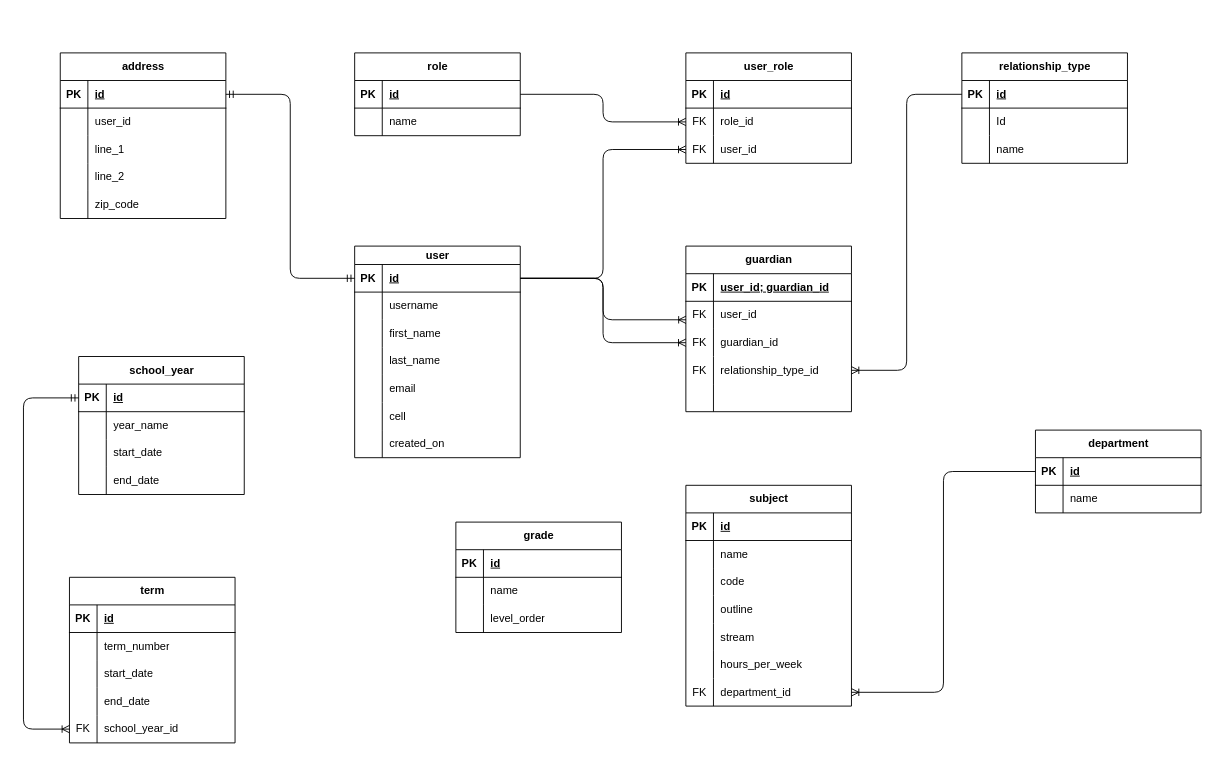
Earlier version of the draw.io diagram database/khanyisa-hub.drawio (lindongubane/khanyisa-hub). Source tidied: cells renumbered, new cells numbered last; positions are measured from the earlier drawing's top-left corner, leaving out a move shared by most shapes. Both pictures are drawn from the tidied source at 92%, with x=0, y=0 at pixel (23, 52).
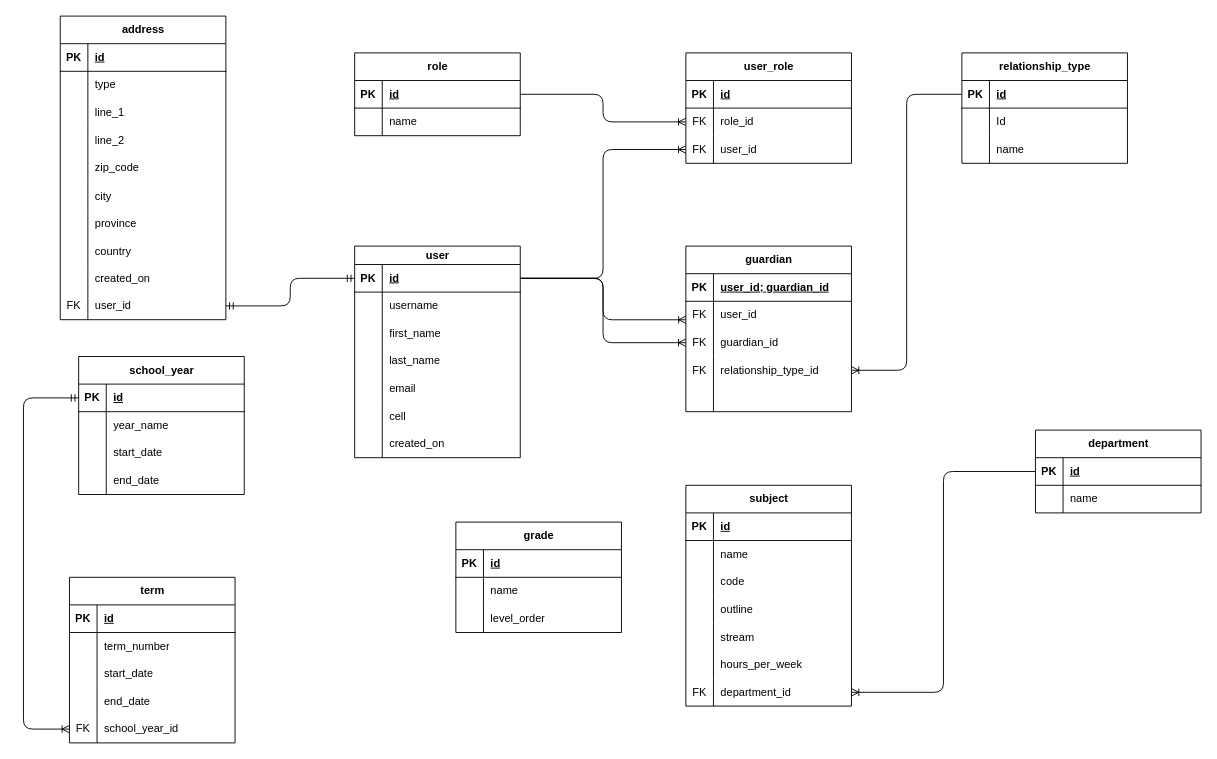
The same diagram, later.

The change refers to these unchanged cells:
```xml
<mxCell id="3" style="shape=tableRow;horizontal=0;startSize=0;swimlaneHead=0;swimlaneBody=0;fillColor=none;points=[[0,0.5],[1,0.5]];portConstraint=eastwest;top=0;left=0;right=0;bottom=1;" parent="2" vertex="1">
  <mxGeometry y="20" width="180" height="30" as="geometry" />
</mxCell>
<mxCell id="42" style="shape=tableRow;horizontal=0;startSize=0;swimlaneHead=0;swimlaneBody=0;fillColor=none;points=[[0,0.5],[1,0.5]];portConstraint=eastwest;top=0;left=0;right=0;bottom=1;" parent="41" vertex="1">
  <mxGeometry y="30" width="180" height="30" as="geometry" />
</mxCell>
<mxCell id="45" style="shape=tableRow;horizontal=0;startSize=0;swimlaneHead=0;swimlaneBody=0;fillColor=none;top=0;left=0;right=0;bottom=0;" parent="41" vertex="1">
  <mxGeometry y="60" width="180" height="30" as="geometry" />
</mxCell>
```

The edit, as a diff of the source:
```diff
@@
     <mxCell id="41" value="address" style="shape=table;startSize=30;childLayout=tableLayout;rowLines=0;fontStyle=1;align=center;html=1;" parent="1" vertex="1">
-      <mxGeometry x="40" width="180" height="180" as="geometry" />
+      <mxGeometry x="40" y="-40" width="180" height="330" as="geometry" />
     </mxCell>
@@
-    <mxCell id="47" value="user_id" style="shape=partialRectangle;fillColor=none;top=0;left=0;bottom=0;right=0;align=left;spacingLeft=6;overflow=hidden;whiteSpace=wrap;html=1;" parent="45" vertex="1">
+    <mxCell id="47" value="type" style="shape=partialRectangle;fillColor=none;top=0;left=0;bottom=0;right=0;align=left;spacingLeft=6;overflow=hidden;whiteSpace=wrap;html=1;" parent="45" vertex="1">
       <mxGeometry x="30" width="150" height="30" as="geometry" />
     </mxCell>
@@
+    <mxCell id="160" style="shape=tableRow;horizontal=0;startSize=0;swimlaneHead=0;swimlaneBody=0;fillColor=none;top=0;left=0;right=0;bottom=0;" parent="41" vertex="1">
+      <mxGeometry y="180" width="180" height="30" as="geometry" />
+    </mxCell>
+    <mxCell id="161" style="shape=partialRectangle;fillColor=none;top=0;left=0;bottom=0;right=0;overflow=hidden;" parent="160" vertex="1">
+      <mxGeometry width="30" height="30" as="geometry" />
+    </mxCell>
+    <mxCell id="162" value="city" style="shape=partialRectangle;fillColor=none;top=0;left=0;bottom=0;right=0;align=left;spacingLeft=6;overflow=hidden;" parent="160" vertex="1">
+      <mxGeometry x="30" width="150" height="30" as="geometry" />
+    </mxCell>
+    <mxCell id="163" style="shape=tableRow;horizontal=0;startSize=0;swimlaneHead=0;swimlaneBody=0;fillColor=none;top=0;left=0;right=0;bottom=0;" parent="41" vertex="1">
+      <mxGeometry y="210" width="180" height="30" as="geometry" />
+    </mxCell>
+    <mxCell id="164" style="shape=partialRectangle;fillColor=none;top=0;left=0;bottom=0;right=0;overflow=hidden;" parent="163" vertex="1">
+      <mxGeometry width="30" height="30" as="geometry" />
+    </mxCell>
+    <mxCell id="165" value="province" style="shape=partialRectangle;fillColor=none;top=0;left=0;bottom=0;right=0;align=left;spacingLeft=6;overflow=hidden;" parent="163" vertex="1">
+      <mxGeometry x="30" width="150" height="30" as="geometry" />
+    </mxCell>
+    <mxCell id="166" style="shape=tableRow;horizontal=0;startSize=0;swimlaneHead=0;swimlaneBody=0;fillColor=none;top=0;left=0;right=0;bottom=0;" parent="41" vertex="1">
+      <mxGeometry y="240" width="180" height="30" as="geometry" />
+    </mxCell>
+    <mxCell id="167" style="shape=partialRectangle;fillColor=none;top=0;left=0;bottom=0;right=0;overflow=hidden;" parent="166" vertex="1">
+      <mxGeometry width="30" height="30" as="geometry" />
+    </mxCell>
+    <mxCell id="168" value="country" style="shape=partialRectangle;fillColor=none;top=0;left=0;bottom=0;right=0;align=left;spacingLeft=6;overflow=hidden;" parent="166" vertex="1">
+      <mxGeometry x="30" width="150" height="30" as="geometry" />
+    </mxCell>
+    <mxCell id="169" style="shape=tableRow;horizontal=0;startSize=0;swimlaneHead=0;swimlaneBody=0;fillColor=none;top=0;left=0;right=0;bottom=0;" parent="41" vertex="1">
+      <mxGeometry y="270" width="180" height="30" as="geometry" />
+    </mxCell>
+    <mxCell id="170" style="shape=partialRectangle;fillColor=none;top=0;left=0;bottom=0;right=0;overflow=hidden;" parent="169" vertex="1">
+      <mxGeometry width="30" height="30" as="geometry" />
+    </mxCell>
+    <mxCell id="171" value="created_on" style="shape=partialRectangle;fillColor=none;top=0;left=0;bottom=0;right=0;align=left;spacingLeft=6;overflow=hidden;" parent="169" vertex="1">
+      <mxGeometry x="30" width="150" height="30" as="geometry" />
+    </mxCell>
+    <mxCell id="172" style="shape=tableRow;horizontal=0;startSize=0;swimlaneHead=0;swimlaneBody=0;fillColor=none;points=[[0,0.5],[1,0.5]];portConstraint=eastwest;top=0;left=0;right=0;bottom=0;" parent="41" vertex="1">
+      <mxGeometry y="300" width="180" height="30" as="geometry" />
+    </mxCell>
+    <mxCell id="173" value="FK" style="shape=partialRectangle;fillColor=none;top=0;left=0;bottom=0;right=0;fontStyle=0;overflow=hidden;whiteSpace=wrap;html=1;" parent="172" vertex="1">
+      <mxGeometry width="30" height="30" as="geometry" />
+    </mxCell>
+    <mxCell id="174" value="user_id" style="shape=partialRectangle;fillColor=none;top=0;left=0;bottom=0;right=0;align=left;spacingLeft=6;fontStyle=0;overflow=hidden;whiteSpace=wrap;html=1;" parent="172" vertex="1">
+      <mxGeometry x="30" width="150" height="30" as="geometry" />
+    </mxCell>
@@
-    <mxCell id="89" style="edgeStyle=orthogonalEdgeStyle;fontSize=12;html=1;endArrow=ERmandOne;startArrow=ERmandOne;rounded=1;strokeColor=default;align=center;verticalAlign=middle;fontFamily=Helvetica;fontColor=default;labelBackgroundColor=default;elbow=vertical;entryX=0;entryY=0.5;entryDx=0;entryDy=0;exitX=1;exitY=0.5;exitDx=0;exitDy=0;" parent="1" edge="1" source="42" target="3">
+    <mxCell id="89" style="edgeStyle=orthogonalEdgeStyle;fontSize=12;html=1;endArrow=ERmandOne;startArrow=ERmandOne;rounded=1;strokeColor=default;align=center;verticalAlign=middle;fontFamily=Helvetica;fontColor=default;labelBackgroundColor=default;elbow=vertical;entryX=0;entryY=0.5;entryDx=0;entryDy=0;exitX=1;exitY=0.5;exitDx=0;exitDy=0;" parent="1" edge="1" source="172" target="3">
       <mxGeometry relative="1" as="geometry" />
     </mxCell>
```
